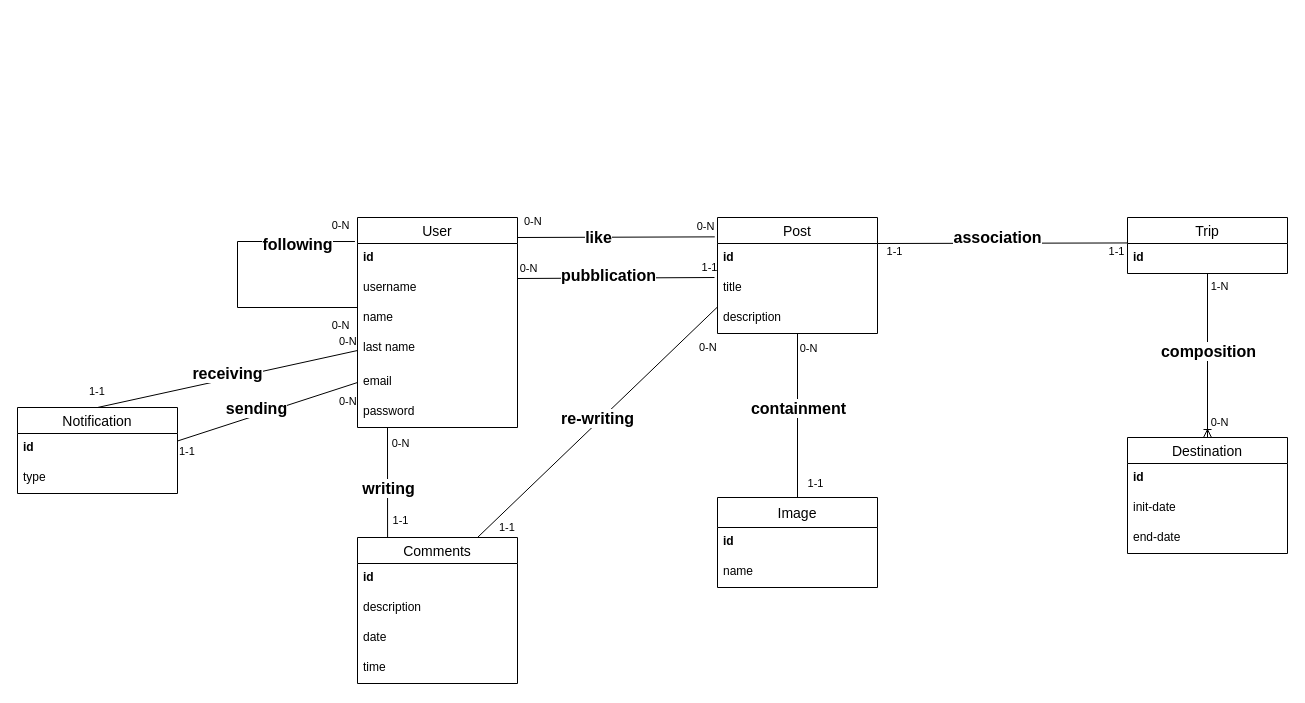
giacobbidomenico/NiceTrip keeps this draw.io diagram as db/NiceTrip.drawio. Above is the earlier version. Source tidied: cells renumbered, new cells numbered last; positions are measured from the earlier drawing's top-left corner, leaving out a move shared by most shapes. Both pictures are drawn from the tidied source at 100%, with x=0, y=0 at pixel (17, 27).
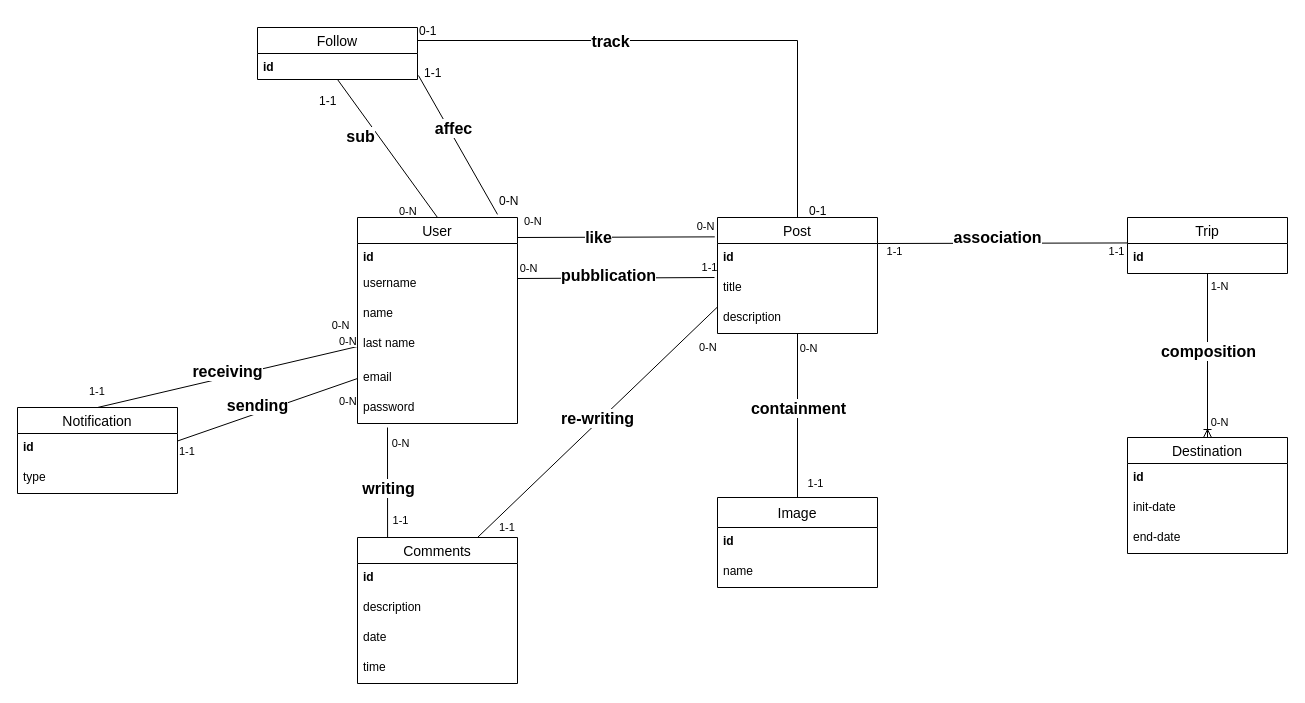
After the change.

Commit message (it also covers changes not shown here):
feat: databse update, it's now possible to get the last post visualized of a followed user

The change refers to these unchanged cells:
```xml
<mxCell id="11" value="Post" style="swimlane;fontStyle=0;horizontal=1;startSize=26;align=center;fontSize=14;" parent="1" vertex="1">
  <mxGeometry x="700" y="190" width="160" height="116" as="geometry" />
</mxCell>
```

Diff of the diagram source:
```diff
@@
     <mxCell id="2" value="User" style="swimlane;fontStyle=0;horizontal=1;startSize=26;align=center;fontSize=14;" parent="1" vertex="1">
-      <mxGeometry x="340" y="190" width="160" height="210" as="geometry" />
+      <mxGeometry x="340" y="190" width="160" height="206" as="geometry" />
     </mxCell>
     <mxCell id="3" value="&lt;b&gt;id&lt;/b&gt;" style="text;strokeColor=none;fillColor=none;spacingLeft=4;spacingRight=4;overflow=hidden;points=[[0,0.5],[1,0.5]];portConstraint=eastwest;fontSize=12;whiteSpace=wrap;html=1;" parent="2" vertex="1">
-      <mxGeometry y="26" width="160" height="30" as="geometry" />
+      <mxGeometry y="26" width="160" height="26" as="geometry" />
     </mxCell>
     <mxCell id="4" value="username" style="text;strokeColor=none;fillColor=none;spacingLeft=4;spacingRight=4;overflow=hidden;fontSize=12;whiteSpace=wrap;html=1;" parent="2" vertex="1">
-      <mxGeometry y="56" width="160" height="30" as="geometry" />
+      <mxGeometry y="52" width="160" height="30" as="geometry" />
     </mxCell>
     <mxCell id="5" value="name" style="text;strokeColor=none;fillColor=none;spacingLeft=4;spacingRight=4;overflow=hidden;fontSize=12;whiteSpace=wrap;html=1;" parent="2" vertex="1">
-      <mxGeometry y="86" width="160" height="30" as="geometry" />
+      <mxGeometry y="82" width="160" height="30" as="geometry" />
     </mxCell>
     <mxCell id="6" value="last name" style="text;strokeColor=none;fillColor=none;spacingLeft=4;spacingRight=4;overflow=hidden;points=[[0,0.5],[1,0.5]];portConstraint=eastwest;fontSize=12;whiteSpace=wrap;html=1;" parent="2" vertex="1">
-      <mxGeometry y="116" width="160" height="34" as="geometry" />
+      <mxGeometry y="112" width="160" height="34" as="geometry" />
     </mxCell>
     <mxCell id="7" value="email" style="text;strokeColor=none;fillColor=none;spacingLeft=4;spacingRight=4;overflow=hidden;points=[[0,0.5],[1,0.5]];portConstraint=eastwest;fontSize=12;whiteSpace=wrap;html=1;" parent="2" vertex="1">
-      <mxGeometry y="150" width="160" height="30" as="geometry" />
+      <mxGeometry y="146" width="160" height="30" as="geometry" />
     </mxCell>
@@
     <mxCell id="10" value="password" style="text;strokeColor=none;fillColor=none;spacingLeft=4;spacingRight=4;overflow=hidden;fontSize=12;whiteSpace=wrap;html=1;" parent="2" vertex="1">
-      <mxGeometry y="180" width="160" height="30" as="geometry" />
+      <mxGeometry y="176" width="160" height="30" as="geometry" />
     </mxCell>
@@
-    <mxCell id="57" style="endArrow=none;html=1;rounded=0;entryX=-0.017;entryY=0.167;entryDx=0;entryDy=0;entryPerimeter=0;exitX=-0.016;exitY=-0.066;exitDx=0;exitDy=0;exitPerimeter=0;" parent="1" edge="1" source="3">
-      <mxGeometry relative="1" as="geometry">
-        <mxPoint x="340" y="280" as="targetPoint" />
-        <Array as="points">
-          <mxPoint x="220" y="214" />
-          <mxPoint x="220" y="280" />
-        </Array>
-      </mxGeometry>
-    </mxCell>
-    <mxCell id="58" value="&lt;b&gt;&lt;font style=&quot;font-size: 16px;&quot;&gt;following&lt;/font&gt;&lt;/b&gt;" style="edgeLabel;html=1;align=center;verticalAlign=middle;" parent="57" vertex="1">
-      <mxGeometry x="-0.38" y="-3" relative="1" as="geometry">
-        <mxPoint x="36" y="5" as="offset" />
-      </mxGeometry>
-    </mxCell>
-    <mxCell id="59" value="0-N" style="edgeLabel;html=1;align=center;verticalAlign=middle;" parent="1" vertex="1">
-      <mxGeometry x="470" as="geometry">
-        <mxPoint x="-148" y="197" as="offset" />
-      </mxGeometry>
-    </mxCell>
@@
+    <mxCell id="70" value="Follow" style="swimlane;fontStyle=0;horizontal=1;startSize=26;align=center;fontSize=14;" parent="1" vertex="1">
+      <mxGeometry x="240" width="160" height="52" as="geometry" />
+    </mxCell>
+    <mxCell id="71" value="&lt;b&gt;id&lt;/b&gt;" style="text;strokeColor=none;fillColor=none;spacingLeft=4;spacingRight=4;overflow=hidden;points=[[0,0.5],[1,0.5]];portConstraint=eastwest;fontSize=12;whiteSpace=wrap;html=1;" parent="70" vertex="1">
+      <mxGeometry y="26" width="160" height="26" as="geometry" />
+    </mxCell>
+    <mxCell id="72" style="endArrow=none;html=1;rounded=0;entryX=0.5;entryY=0;entryDx=0;entryDy=0;exitX=0.5;exitY=1;exitDx=0;exitDy=0;" parent="1" edge="1" source="70" target="2">
+      <mxGeometry relative="1" as="geometry" />
+    </mxCell>
+    <mxCell id="73" style="endArrow=none;html=1;rounded=0;entryX=0.875;entryY=-0.015;entryDx=0;entryDy=0;entryPerimeter=0;exitX=1.006;exitY=0.846;exitDx=0;exitDy=0;exitPerimeter=0;" parent="1" edge="1" source="71" target="2">
+      <mxGeometry relative="1" as="geometry" />
+    </mxCell>
+    <mxCell id="74" style="endArrow=none;html=1;rounded=0;entryX=0.5;entryY=0;entryDx=0;entryDy=0;exitX=1;exitY=0.25;exitDx=0;exitDy=0;" parent="1" edge="1" source="70" target="11">
+      <mxGeometry relative="1" as="geometry">
+        <Array as="points">
+          <mxPoint x="780" y="13" />
+        </Array>
+      </mxGeometry>
+    </mxCell>
+    <mxCell id="75" value="&lt;b&gt;&lt;font style=&quot;font-size: 16px;&quot;&gt;track&lt;/font&gt;&lt;/b&gt;" style="edgeLabel;html=1;align=center;verticalAlign=middle;" parent="74" vertex="1">
+      <mxGeometry x="-0.38" y="-3" relative="1" as="geometry">
+        <mxPoint x="19" y="-3" as="offset" />
+      </mxGeometry>
+    </mxCell>
+    <mxCell id="76" value="&lt;span style=&quot;color: rgb(0, 0, 0); font-family: Helvetica; font-size: 11px; font-style: normal; font-variant-ligatures: normal; font-variant-caps: normal; font-weight: 400; letter-spacing: normal; orphans: 2; text-align: center; text-indent: 0px; text-transform: none; widows: 2; word-spacing: 0px; -webkit-text-stroke-width: 0px; background-color: rgb(255, 255, 255); text-decoration-thickness: initial; text-decoration-style: initial; text-decoration-color: initial; float: none; display: inline !important;&quot;&gt;0-N&lt;/span&gt;" style="text;whiteSpace=wrap;html=1;" parent="1" vertex="1">
+      <mxGeometry x="380" y="170" width="30" height="20" as="geometry" />
+    </mxCell>
+    <mxCell id="77" value="1-1" style="text;whiteSpace=wrap;html=1;" parent="1" vertex="1">
+      <mxGeometry x="300" y="60" width="30" height="20" as="geometry" />
+    </mxCell>
+    <mxCell id="78" value="1-1" style="text;whiteSpace=wrap;html=1;" parent="1" vertex="1">
+      <mxGeometry x="405" y="32" width="30" height="20" as="geometry" />
+    </mxCell>
+    <mxCell id="79" value="0-N" style="text;whiteSpace=wrap;html=1;" parent="1" vertex="1">
+      <mxGeometry x="480" y="160" width="30" height="20" as="geometry" />
+    </mxCell>
+    <mxCell id="80" value="0-1" style="text;whiteSpace=wrap;html=1;" parent="1" vertex="1">
+      <mxGeometry x="400" y="-10" width="30" height="20" as="geometry" />
+    </mxCell>
+    <mxCell id="81" value="0-1" style="text;whiteSpace=wrap;html=1;" parent="1" vertex="1">
+      <mxGeometry x="790" y="170" width="30" height="20" as="geometry" />
+    </mxCell>
+    <mxCell id="82" value="&lt;b&gt;&lt;font style=&quot;font-size: 16px;&quot;&gt;sub&lt;/font&gt;&lt;/b&gt;" style="edgeLabel;html=1;align=center;verticalAlign=middle;" parent="1" vertex="1">
+      <mxGeometry x="350" y="110" as="geometry">
+        <mxPoint x="-8" y="-2" as="offset" />
+      </mxGeometry>
+    </mxCell>
+    <mxCell id="83" value="&lt;b&gt;&lt;font style=&quot;font-size: 16px;&quot;&gt;affec&lt;/font&gt;&lt;/b&gt;" style="edgeLabel;html=1;align=center;verticalAlign=middle;" parent="1" vertex="1">
+      <mxGeometry x="435" y="100" as="geometry" />
+    </mxCell>
```
